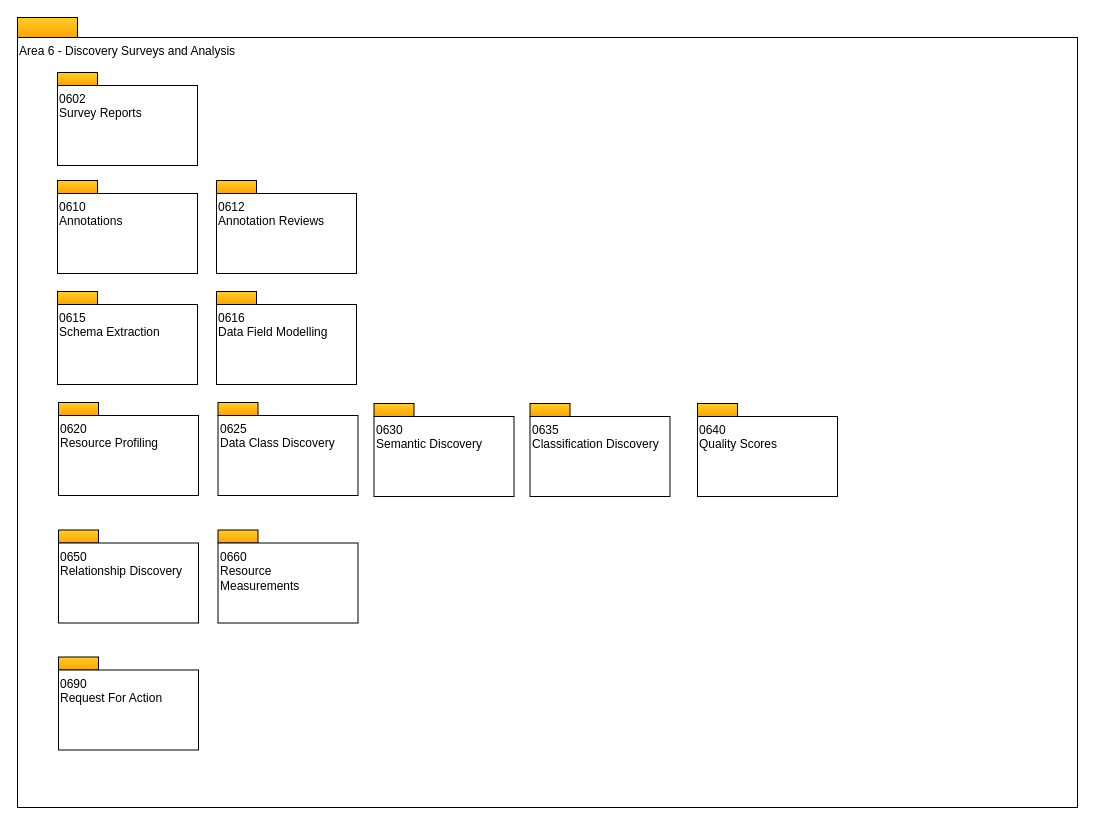
Earlier version of the draw.io diagram page "overview" (1 of 13) of site/docs/types/6/area-6-discovery.drawio (odpi/egeria-docs). Source tidied: cells renumbered, new cells numbered last; positions are measured from the earlier drawing's top-left corner, leaving out a move shared by most shapes. Both pictures are drawn from the tidied source at 100%, with x=0, y=0 at pixel (17, 17).
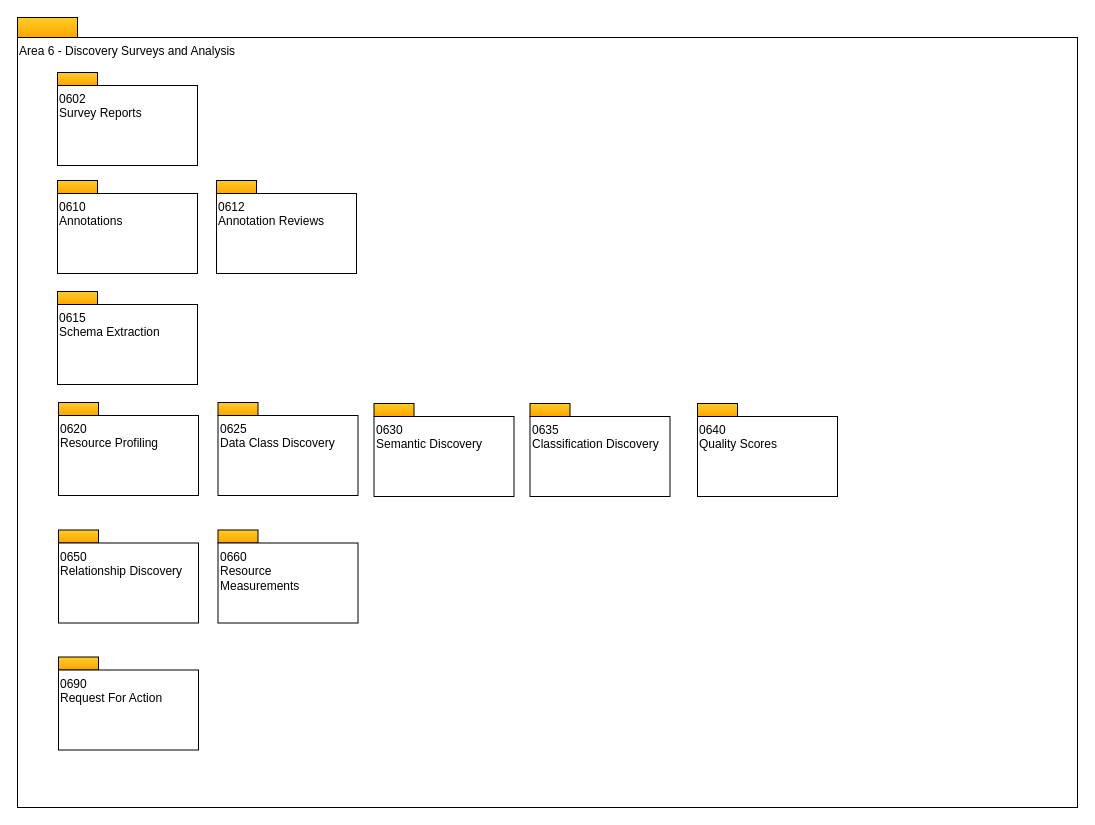
The same page after the edit.

The edit, as a diff of the source:
```diff
@@
-    <mxCell id="28" style="rounded=0;whiteSpace=wrap;html=1;align=left;fillColor=#ffcd28;strokeColor=#000000;gradientColor=#ffa500;" parent="1" vertex="1">
-      <mxGeometry x="199" y="274" width="40" height="13" as="geometry" />
-    </mxCell>
-    <mxCell id="29" value="0616&lt;br&gt;Data Field Modelling" style="rounded=0;whiteSpace=wrap;html=1;align=left;verticalAlign=top;" parent="1" vertex="1">
-      <mxGeometry x="199" y="287" width="140" height="80" as="geometry" />
-    </mxCell>
```
